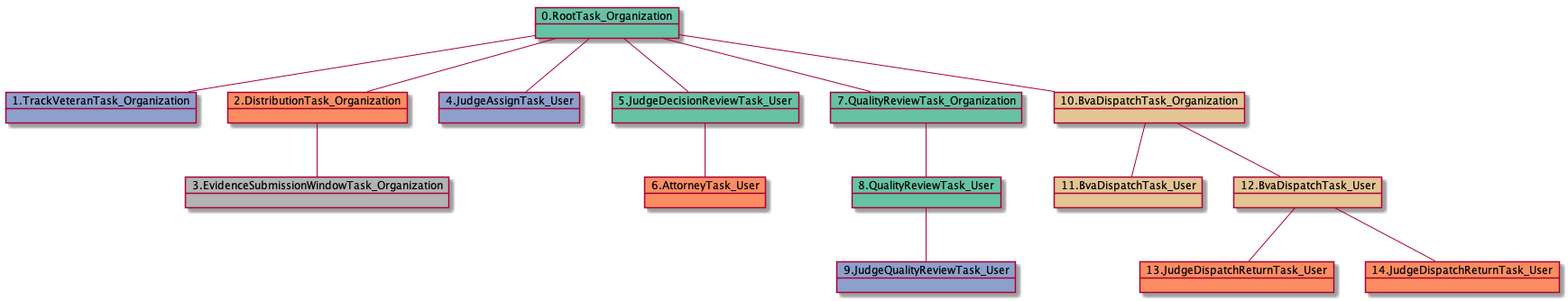
The PlantUML diagram docs-ES/uml/RTO.TVTO.DTO.ESWTO.JATU.JDRTU.ATU.QRTO.QRTU.JQRTU.BDTO.BDTU.JDRTU-15411.png in yoomlam/graphing, before a commit.
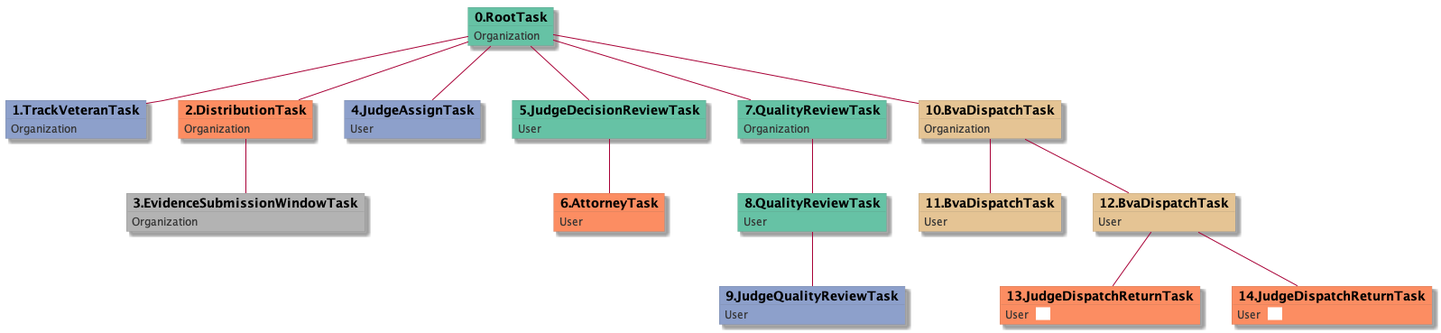
Above is the later version.

Change to the diagram source:
```diff
@@ -1,31 +1,69 @@
 @startuml
-object 0.RootTask_Organization #66c2a5
-object 1.TrackVeteranTask_Organization #8da0cb
-object 2.DistributionTask_Organization #fc8d62
-object 3.EvidenceSubmissionWindowTask_Organization #b3b3b3
-object 4.JudgeAssignTask_User #8da0cb
-object 5.JudgeDecisionReviewTask_User #66c2a5
-object 6.AttorneyTask_User #fc8d62
-object 7.QualityReviewTask_Organization #66c2a5
-object 8.QualityReviewTask_User #66c2a5
-object 9.JudgeQualityReviewTask_User #8da0cb
-object 10.BvaDispatchTask_Organization #e5c494
-object 11.BvaDispatchTask_User #e5c494
-object 12.BvaDispatchTask_User #e5c494
-object 13.JudgeDispatchReturnTask_User #fc8d62
-object 14.JudgeDispatchReturnTask_User #fc8d62
-0.RootTask_Organization -- 1.TrackVeteranTask_Organization
-0.RootTask_Organization -- 2.DistributionTask_Organization
-2.DistributionTask_Organization -- 3.EvidenceSubmissionWindowTask_Organization
-0.RootTask_Organization -- 4.JudgeAssignTask_User
-0.RootTask_Organization -- 5.JudgeDecisionReviewTask_User
-5.JudgeDecisionReviewTask_User -- 6.AttorneyTask_User
-0.RootTask_Organization -- 7.QualityReviewTask_Organization
-7.QualityReviewTask_Organization -- 8.QualityReviewTask_User
-8.QualityReviewTask_User -- 9.JudgeQualityReviewTask_User
-0.RootTask_Organization -- 10.BvaDispatchTask_Organization
-10.BvaDispatchTask_Organization -- 11.BvaDispatchTask_User
-10.BvaDispatchTask_Organization -- 12.BvaDispatchTask_User
-12.BvaDispatchTask_User -- 13.JudgeDispatchReturnTask_User
-12.BvaDispatchTask_User -- 14.JudgeDispatchReturnTask_User
+skinparam {
+  ObjectBorderColor #555
+  ObjectBorderThickness 0
+  ObjectFontStyle bold
+  ObjectFontSize 14
+  ObjectAttributeFontColor #333
+  ObjectAttributeFontSize 12
+}
+  object 0.RootTask #66c2a5 {
+Organization
+}
+  object 1.TrackVeteranTask #8da0cb {
+Organization
+}
+  object 2.DistributionTask #fc8d62 {
+Organization
+}
+  object 3.EvidenceSubmissionWindowTask #b3b3b3 {
+Organization
+}
+  object 4.JudgeAssignTask #8da0cb {
+User
+}
+  object 5.JudgeDecisionReviewTask #66c2a5 {
+User
+}
+  object 6.AttorneyTask #fc8d62 {
+User
+}
+  object 7.QualityReviewTask #66c2a5 {
+Organization
+}
+  object 8.QualityReviewTask #66c2a5 {
+User
+}
+  object 9.JudgeQualityReviewTask #8da0cb {
+User
+}
+  object 10.BvaDispatchTask #e5c494 {
+Organization
+}
+  object 11.BvaDispatchTask #e5c494 {
+User
+}
+  object 12.BvaDispatchTask #e5c494 {
+User
+}
+  object 13.JudgeDispatchReturnTask #fc8d62 {
+User  <back:white>    </back>
+}
+  object 14.JudgeDispatchReturnTask #fc8d62 {
+User  <back:white>    </back>
+}
+0.RootTask -- 1.TrackVeteranTask
+0.RootTask -- 2.DistributionTask
+2.DistributionTask -- 3.EvidenceSubmissionWindowTask
+0.RootTask -- 4.JudgeAssignTask
+0.RootTask -- 5.JudgeDecisionReviewTask
+5.JudgeDecisionReviewTask -- 6.AttorneyTask
+0.RootTask -- 7.QualityReviewTask
+7.QualityReviewTask -- 8.QualityReviewTask
+8.QualityReviewTask -- 9.JudgeQualityReviewTask
+0.RootTask -- 10.BvaDispatchTask
+10.BvaDispatchTask -- 11.BvaDispatchTask
+10.BvaDispatchTask -- 12.BvaDispatchTask
+12.BvaDispatchTask -- 13.JudgeDispatchReturnTask
+12.BvaDispatchTask -- 14.JudgeDispatchReturnTask
 @enduml
```
